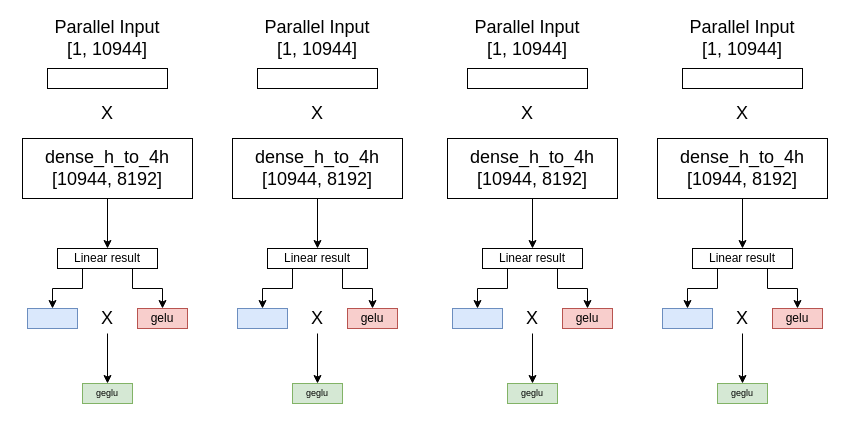
Orion34-lanbo/draw.io keeps this draw.io diagram as 未命名绘图.drawio. Above is the earlier version. Source tidied: cells renumbered, new cells numbered last; positions are measured from the earlier drawing's top-left corner, leaving out a move shared by most shapes. Both pictures are drawn from the tidied source at 100%, with x=0, y=0 at pixel (17, 28).
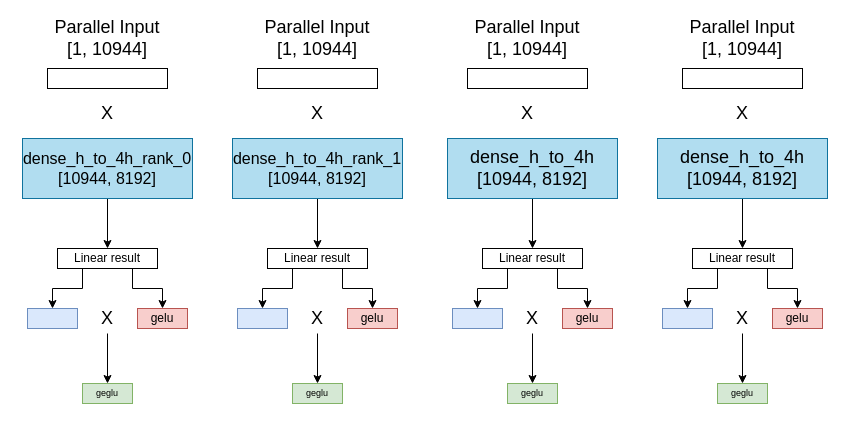
The same page after the edit.

Diff of the diagram source:
```diff
@@
-    <mxCell id="3" value="&lt;font style=&quot;font-size: 18px;&quot;&gt;dense_h_to_4h&lt;br&gt;[10944, 8192]&lt;/font&gt;" style="rounded=0;whiteSpace=wrap;html=1;" parent="1" vertex="1">
+    <mxCell id="3" value="&lt;font style=&quot;font-size: 16px;&quot;&gt;dense_h_to_4h_rank_0&lt;br&gt;[10944, 8192]&lt;/font&gt;" style="rounded=0;whiteSpace=wrap;html=1;fillColor=#b1ddf0;strokeColor=#10739e;" parent="1" vertex="1">
       <mxGeometry x="5" y="110" width="170" height="60" as="geometry" />
     </mxCell>
@@
-    <mxCell id="16" value="&lt;font style=&quot;font-size: 18px;&quot;&gt;dense_h_to_4h&lt;br&gt;[10944, 8192]&lt;/font&gt;" style="rounded=0;whiteSpace=wrap;html=1;" parent="1" vertex="1">
+    <mxCell id="16" value="&lt;font style=&quot;font-size: 16px;&quot;&gt;dense_h_to_4h_rank_1&lt;br&gt;[10944, 8192]&lt;/font&gt;" style="rounded=0;whiteSpace=wrap;html=1;fillColor=#b1ddf0;strokeColor=#10739e;" parent="1" vertex="1">
       <mxGeometry x="215" y="110" width="170" height="60" as="geometry" />
     </mxCell>
@@
-    <mxCell id="18" value="&lt;font style=&quot;font-size: 18px;&quot;&gt;dense_h_to_4h&lt;br&gt;[10944, 8192]&lt;/font&gt;" style="rounded=0;whiteSpace=wrap;html=1;" parent="1" vertex="1">
+    <mxCell id="18" value="&lt;font style=&quot;font-size: 18px;&quot;&gt;dense_h_to_4h&lt;br&gt;[10944, 8192]&lt;/font&gt;" style="rounded=0;whiteSpace=wrap;html=1;fillColor=#b1ddf0;strokeColor=#10739e;" parent="1" vertex="1">
       <mxGeometry x="430" y="110" width="170" height="60" as="geometry" />
     </mxCell>
@@
-    <mxCell id="20" value="&lt;font style=&quot;font-size: 18px;&quot;&gt;dense_h_to_4h&lt;br&gt;[10944, 8192]&lt;/font&gt;" style="rounded=0;whiteSpace=wrap;html=1;" parent="1" vertex="1">
+    <mxCell id="20" value="&lt;font style=&quot;font-size: 18px;&quot;&gt;dense_h_to_4h&lt;br&gt;[10944, 8192]&lt;/font&gt;" style="rounded=0;whiteSpace=wrap;html=1;fillColor=#b1ddf0;strokeColor=#10739e;" parent="1" vertex="1">
       <mxGeometry x="640" y="110" width="170" height="60" as="geometry" />
     </mxCell>
```
